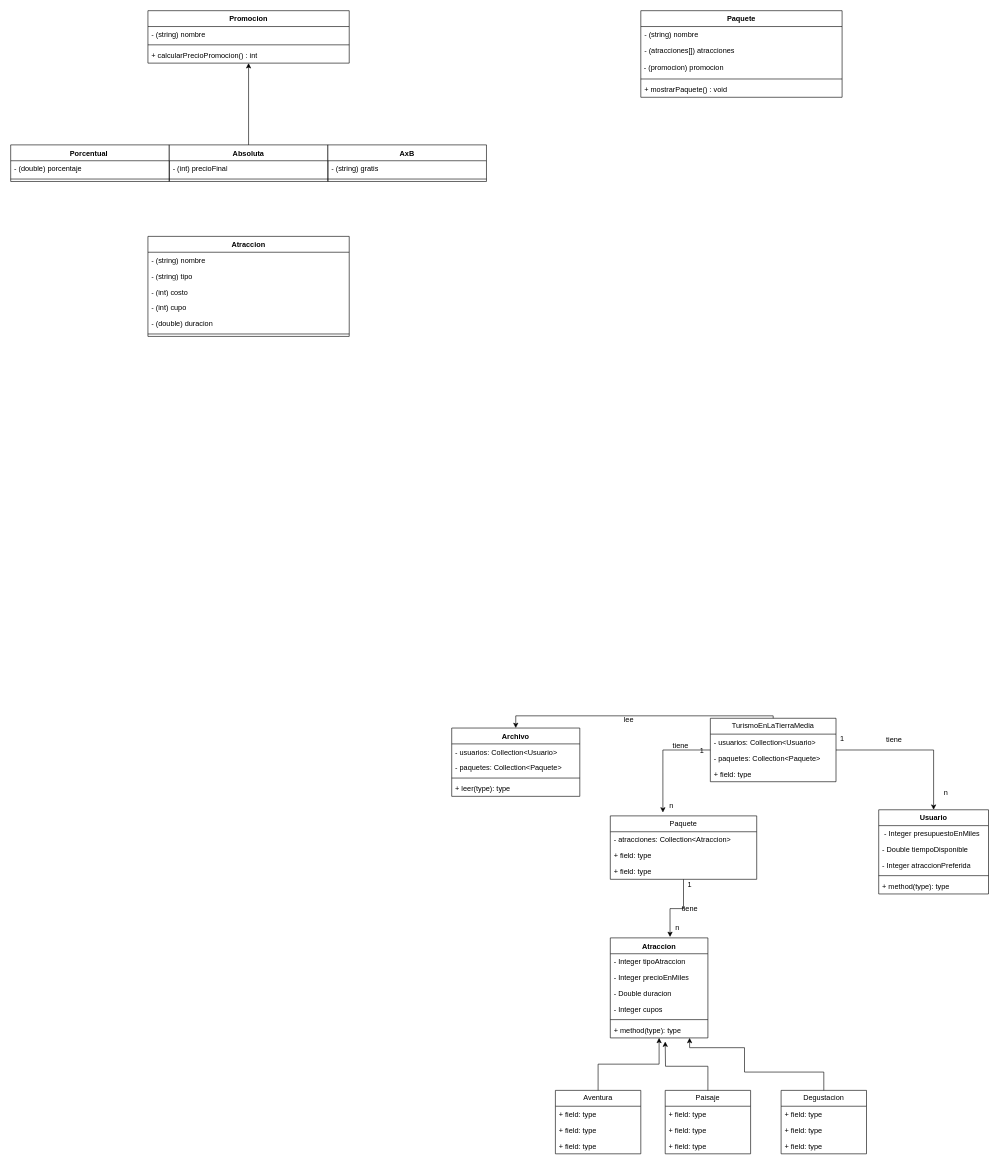
This is ParadigmasBorrador .drawio from ChristianRojasR/TCP-Programacion-Avanzada, a draw.io file, before an edit. Source tidied: cells renumbered, new cells numbered last; positions are measured from the earlier drawing's top-left corner, leaving out a move shared by most shapes. Both pictures are drawn from the tidied source at 61%, with x=0, y=0 at pixel (10, 10).
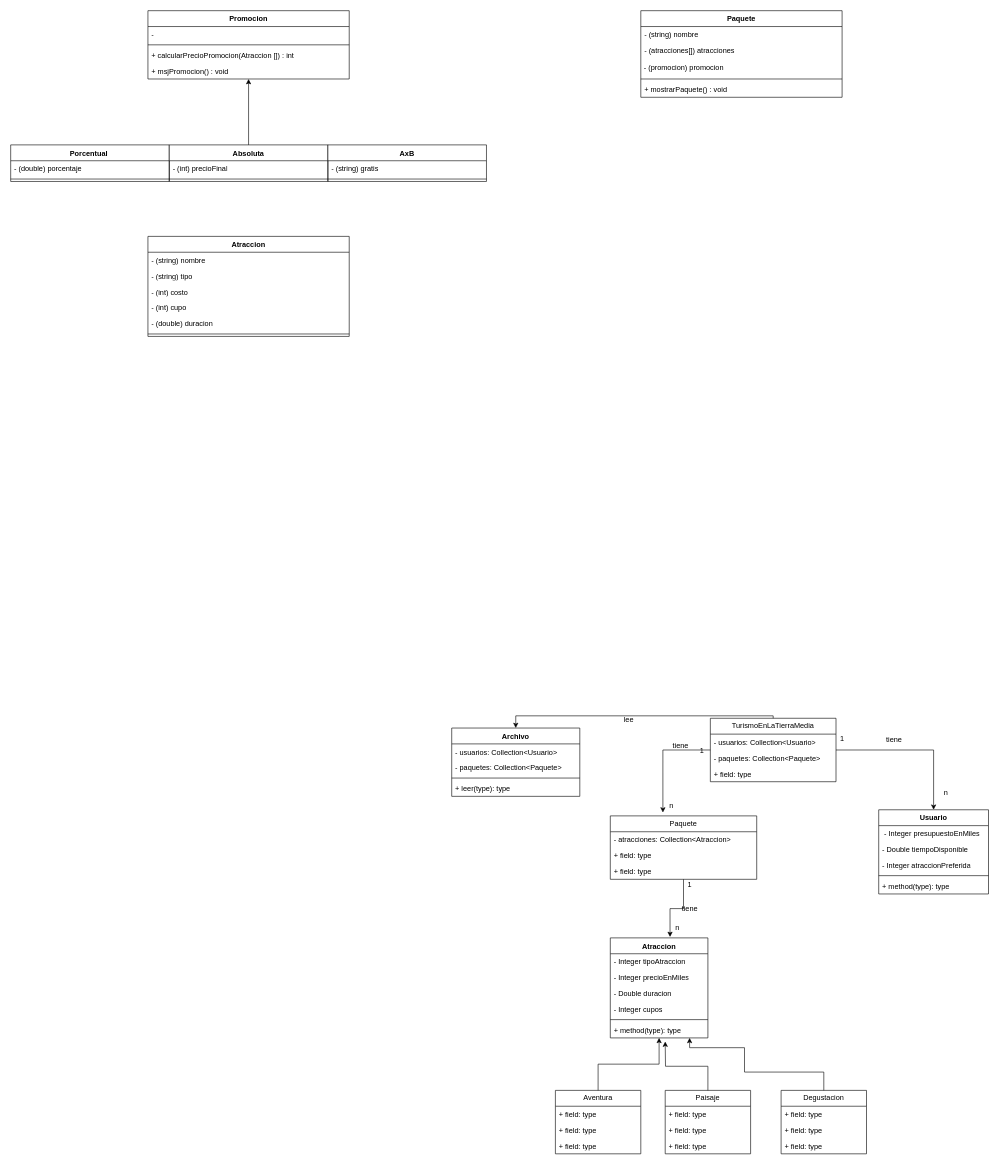
The same page after the edit.

The edit, as a diff of the source:
```diff
@@
     <mxCell id="63" value="Promocion" style="swimlane;fontStyle=1;align=center;verticalAlign=top;horizontal=1;startSize=26;whiteSpace=wrap;html=1;" parent="1" vertex="1">
-      <mxGeometry x="225" width="330" height="86" as="geometry" />
+      <mxGeometry x="225" width="330" height="112" as="geometry" />
     </mxCell>
-    <mxCell id="64" value="- (string) nombre&lt;br&gt;" style="text;strokeColor=none;fillColor=none;align=left;verticalAlign=top;spacingLeft=4;spacingRight=4;overflow=hidden;whiteSpace=wrap;html=1;" parent="63" vertex="1">
+    <mxCell id="64" value="-&amp;nbsp;" style="text;strokeColor=none;fillColor=none;align=left;verticalAlign=top;spacingLeft=4;spacingRight=4;overflow=hidden;whiteSpace=wrap;html=1;" parent="63" vertex="1">
       <mxGeometry y="26" width="330" height="26" as="geometry" />
     </mxCell>
@@
-    <mxCell id="66" value="+ calcularPrecioPromocion() : int" style="text;strokeColor=none;fillColor=none;align=left;verticalAlign=top;spacingLeft=4;spacingRight=4;overflow=hidden;whiteSpace=wrap;html=1;" parent="63" vertex="1">
+    <mxCell id="66" value="+ calcularPrecioPromocion(Atraccion []) : int" style="text;strokeColor=none;fillColor=none;align=left;verticalAlign=top;spacingLeft=4;spacingRight=4;overflow=hidden;whiteSpace=wrap;html=1;" parent="63" vertex="1">
       <mxGeometry y="60" width="330" height="26" as="geometry" />
     </mxCell>
+    <mxCell id="84" value="+ msjPromocion() : void" style="text;strokeColor=none;fillColor=none;align=left;verticalAlign=top;spacingLeft=4;spacingRight=4;overflow=hidden;whiteSpace=wrap;html=1;" parent="63" vertex="1">
+      <mxGeometry y="86" width="330" height="26" as="geometry" />
+    </mxCell>
```
